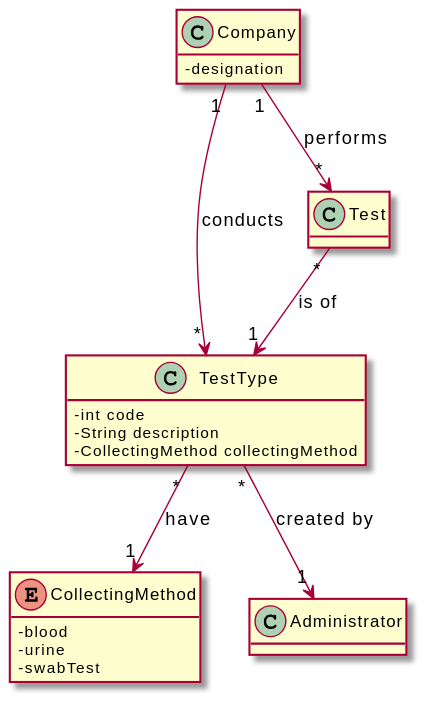
Before: docs/SprintB/US_9/UC9_MD.svg, a diagram exported from PlantUML (RuiRioPina/LAPR2-20-21).
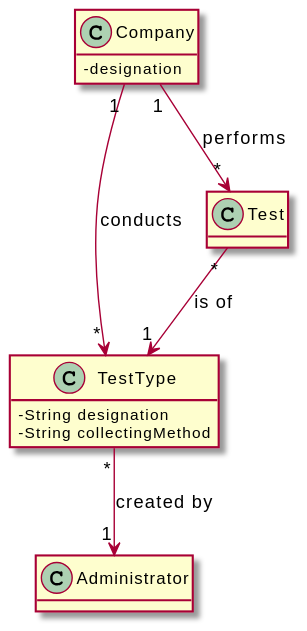
Later version of the same file.

Change to the diagram source:
```diff
@@ -1,16 +1,10 @@
 @startuml
 skinparam classAttributeIconSize 0
 hide methods
-enum CollectingMethod {
-  -blood
-  -urine
-  -swabTest
-}
 
 class TestType {
-  -int code
-  -String description
-  -CollectingMethod collectingMethod
+  -String designation
+  -String collectingMethod
 }
 
 class Company {
@@ -23,7 +17,6 @@
 class Administrator {
 }
 
-TestType "*" --> "1" CollectingMethod : have
 Company "1" --> "*" TestType : conducts
 Test "*" --> "1" TestType : is of
 Company "1" --> "*" Test : performs
```
